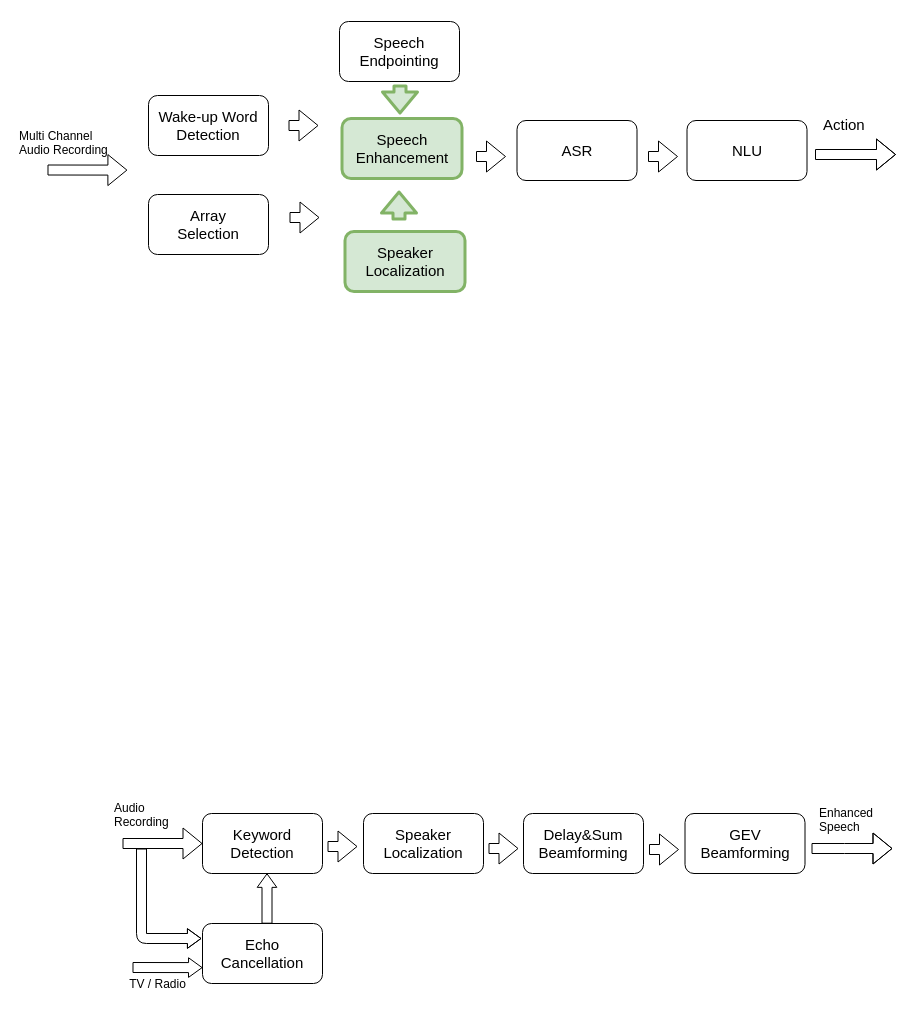
This is page "Page-1" (1 of 4) of vocadom_doa_se.drawio from sunits/Random, a draw.io file, before an edit. Source tidied: cells renumbered, new cells numbered last; positions are measured from the earlier drawing's top-left corner, leaving out a move shared by most shapes. Both pictures are drawn from the tidied source at 100%, with x=0, y=0 at pixel (17, 21).
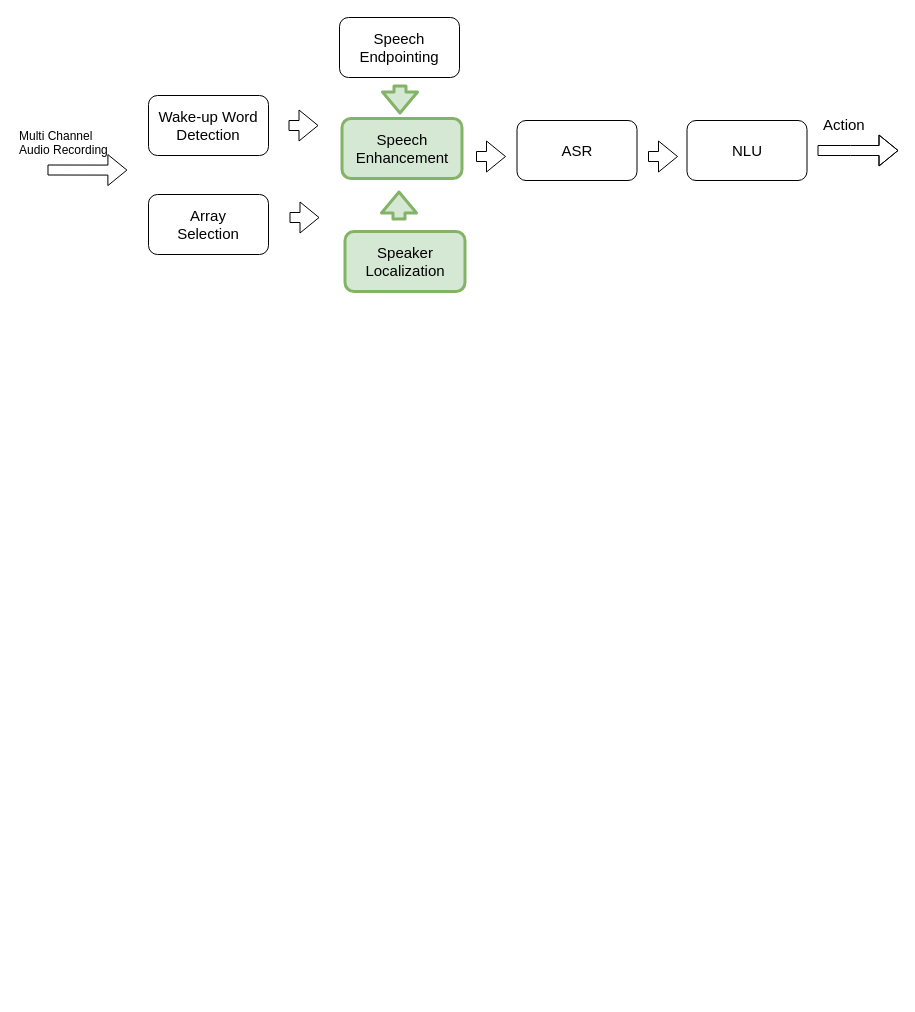
Above is the later version.

Change to the diagram source:
```diff
@@
-    <mxCell id="10" value="&lt;div style=&quot;font-size: 15px&quot;&gt;&lt;font style=&quot;font-size: 15px&quot;&gt;Speaker&lt;/font&gt;&lt;/div&gt;&lt;div style=&quot;font-size: 15px&quot;&gt;&lt;font style=&quot;font-size: 15px&quot;&gt;Localization&lt;br&gt;&lt;/font&gt;&lt;/div&gt;" style="rounded=1;whiteSpace=wrap;html=1;comic=0;" parent="1" vertex="1">
-      <mxGeometry x="346" y="792" width="120" height="60" as="geometry" />
-    </mxCell>
-    <mxCell id="11" value="&lt;div style=&quot;font-size: 15px&quot;&gt;&lt;font style=&quot;font-size: 15px&quot;&gt;Keyword&lt;/font&gt;&lt;/div&gt;&lt;div style=&quot;font-size: 15px&quot;&gt;&lt;font style=&quot;font-size: 15px&quot;&gt;Detection&lt;br&gt;&lt;/font&gt;&lt;/div&gt;" style="rounded=1;whiteSpace=wrap;html=1;comic=0;" parent="1" vertex="1">
-      <mxGeometry x="185" y="792" width="120" height="60" as="geometry" />
-    </mxCell>
-    <mxCell id="12" value="&lt;div style=&quot;font-size: 15px&quot;&gt;&lt;font style=&quot;font-size: 15px&quot;&gt;Delay&amp;amp;Sum&lt;/font&gt;&lt;/div&gt;&lt;div style=&quot;font-size: 15px&quot;&gt;&lt;font style=&quot;font-size: 15px&quot;&gt;Beamforming&lt;br&gt;&lt;/font&gt;&lt;/div&gt;" style="rounded=1;whiteSpace=wrap;html=1;comic=0;" parent="1" vertex="1">
-      <mxGeometry x="506" y="792" width="120" height="60" as="geometry" />
-    </mxCell>
-    <mxCell id="13" value="&lt;div style=&quot;font-size: 15px&quot;&gt;&lt;font style=&quot;font-size: 15px&quot;&gt;GEV&lt;/font&gt;&lt;/div&gt;&lt;div style=&quot;font-size: 15px&quot;&gt;&lt;font style=&quot;font-size: 15px&quot;&gt;Beamforming&lt;br&gt;&lt;/font&gt;&lt;/div&gt;" style="rounded=1;whiteSpace=wrap;html=1;comic=0;" parent="1" vertex="1">
-      <mxGeometry x="667.5" y="792" width="120" height="60" as="geometry" />
-    </mxCell>
-    <mxCell id="14" style="shape=flexArrow;endArrow=classic;html=1;" parent="1" edge="1">
-      <mxGeometry relative="1" as="geometry">
-        <mxPoint x="310" y="825" as="sourcePoint" />
-        <mxPoint x="340" y="825" as="targetPoint" />
-      </mxGeometry>
-    </mxCell>
-    <mxCell id="15" style="shape=flexArrow;endArrow=classic;html=1;" parent="1" edge="1">
-      <mxGeometry relative="1" as="geometry">
-        <mxPoint x="471" y="827" as="sourcePoint" />
-        <mxPoint x="501" y="827" as="targetPoint" />
-      </mxGeometry>
-    </mxCell>
-    <mxCell id="16" style="shape=flexArrow;endArrow=classic;html=1;" parent="1" edge="1">
-      <mxGeometry relative="1" as="geometry">
-        <mxPoint x="631.5" y="828" as="sourcePoint" />
-        <mxPoint x="661.5" y="828" as="targetPoint" />
-      </mxGeometry>
-    </mxCell>
-    <mxCell id="17" value="&lt;font style=&quot;font-size: 15px&quot;&gt;Echo Cancellation&lt;/font&gt;" style="rounded=1;whiteSpace=wrap;html=1;comic=0;" parent="1" vertex="1">
-      <mxGeometry x="185" y="902" width="120" height="60" as="geometry" />
-    </mxCell>
-    <mxCell id="18" value="&lt;font style=&quot;font-size: 12px&quot;&gt;TV / Radio&lt;/font&gt;" style="text;html=1;strokeColor=none;fillColor=none;align=center;verticalAlign=middle;whiteSpace=wrap;rounded=0;" parent="1" vertex="1">
-      <mxGeometry x="83" y="953" width="115" height="20" as="geometry" />
-    </mxCell>
-    <mxCell id="19" style="shape=flexArrow;endArrow=classic;html=1;entryX=0;entryY=0.5;entryDx=0;entryDy=0;" parent="1" edge="1" target="11">
-      <mxGeometry relative="1" as="geometry">
-        <mxPoint x="105" y="822" as="sourcePoint" />
-      </mxGeometry>
-    </mxCell>
-    <mxCell id="20" style="shape=flexArrow;endArrow=classic;html=1;endWidth=8.604651162790699;endSize=4.186046511627907;exitX=0.537;exitY=0.02;exitDx=0;exitDy=0;exitPerimeter=0;entryX=0.538;entryY=1.013;entryDx=0;entryDy=0;entryPerimeter=0;" parent="1" edge="1">
-      <mxGeometry relative="1" as="geometry">
-        <mxPoint x="249.5" y="902.2" as="sourcePoint" />
-        <mxPoint x="249.5" y="851.8" as="targetPoint" />
-      </mxGeometry>
-    </mxCell>
-    <mxCell id="21" value="&lt;div&gt;&lt;font style=&quot;font-size: 12px&quot;&gt;Audio &lt;br&gt;&lt;/font&gt;&lt;/div&gt;&lt;div&gt;&lt;font style=&quot;font-size: 12px&quot;&gt;Recording&lt;/font&gt;&lt;/div&gt;" style="text;html=1;align=left;verticalAlign=top;spacingTop=-4;" parent="1" vertex="1">
-      <mxGeometry x="95" y="777" width="70" height="30" as="geometry" />
-    </mxCell>
-    <mxCell id="22" style="shape=flexArrow;endArrow=classic;html=1;endWidth=8.604651162790699;endSize=4.186046511627907;" parent="1" edge="1">
-      <mxGeometry relative="1" as="geometry">
-        <mxPoint x="124" y="827" as="sourcePoint" />
-        <mxPoint x="184" y="917" as="targetPoint" />
-        <Array as="points">
-          <mxPoint x="124" y="917" />
-        </Array>
-      </mxGeometry>
-    </mxCell>
-    <mxCell id="23" style="shape=flexArrow;endArrow=classic;html=1;" parent="1" edge="1">
-      <mxGeometry relative="1" as="geometry">
-        <mxPoint x="794" y="827" as="sourcePoint" />
-        <mxPoint x="875" y="827" as="targetPoint" />
-        <Array as="points">
-          <mxPoint x="827" y="827" />
-        </Array>
-      </mxGeometry>
-    </mxCell>
-    <mxCell id="24" value="&lt;div&gt;&lt;font style=&quot;font-size: 12px&quot;&gt;Enhanced&lt;/font&gt;&lt;/div&gt;&lt;div&gt;&lt;font style=&quot;font-size: 12px&quot;&gt; Speech&lt;/font&gt;&lt;/div&gt;" style="text;html=1;align=left;verticalAlign=top;spacingTop=-4;" parent="1" vertex="1">
-      <mxGeometry x="800" y="782" width="70" height="30" as="geometry" />
-    </mxCell>
-    <mxCell id="25" style="shape=flexArrow;endArrow=classic;html=1;endWidth=8.604651162790699;endSize=4.186046511627907;entryX=0;entryY=0.837;entryDx=0;entryDy=0;entryPerimeter=0;" parent="1" edge="1">
-      <mxGeometry relative="1" as="geometry">
-        <mxPoint x="115" y="946" as="sourcePoint" />
-        <mxPoint x="185.1" y="946.1" as="targetPoint" />
-      </mxGeometry>
-    </mxCell>
@@
     <mxCell id="30" style="shape=flexArrow;endArrow=classic;html=1;" parent="1" edge="1">
       <mxGeometry relative="1" as="geometry">
-        <mxPoint x="797.5" y="133" as="sourcePoint" />
-        <mxPoint x="878.5" y="133" as="targetPoint" />
+        <mxPoint x="800" y="129" as="sourcePoint" />
+        <mxPoint x="881" y="129" as="targetPoint" />
         <Array as="points">
-          <mxPoint x="830.5" y="133" />
+          <mxPoint x="833" y="129" />
         </Array>
       </mxGeometry>
     </mxCell>
@@
     <mxCell id="32" value="&lt;font style=&quot;font-size: 15px&quot;&gt;Speech&lt;/font&gt;&lt;div style=&quot;font-size: 15px&quot;&gt;&lt;font style=&quot;font-size: 15px&quot;&gt;Endpointing&lt;br&gt;&lt;/font&gt;&lt;/div&gt;" style="rounded=1;whiteSpace=wrap;html=1;comic=0;" parent="1" vertex="1">
-      <mxGeometry x="322" width="120" height="60" as="geometry" />
+      <mxGeometry x="322" y="-4" width="120" height="60" as="geometry" />
     </mxCell>
```
